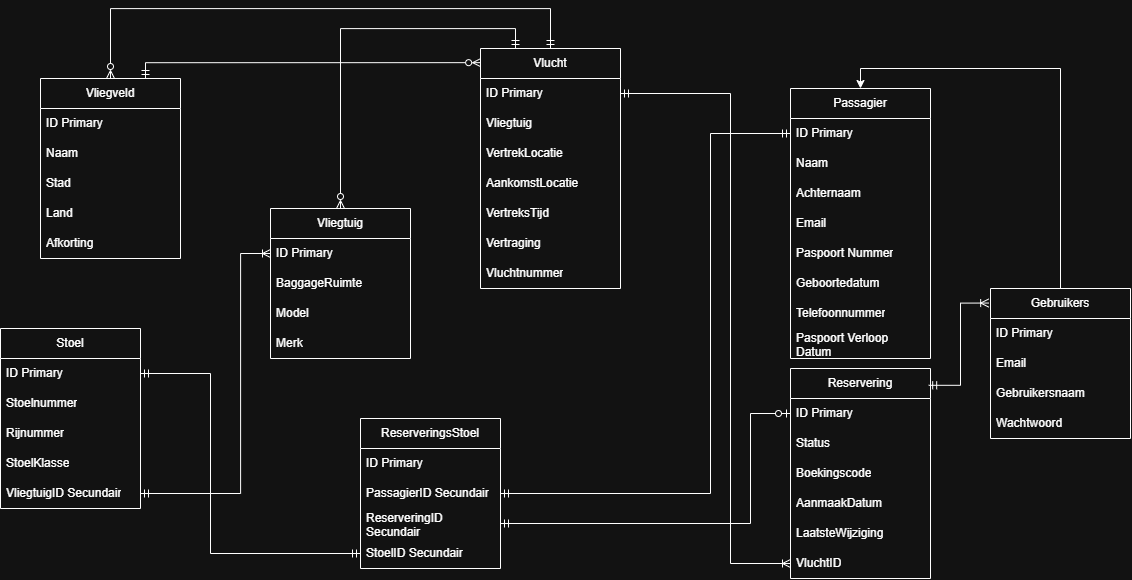
Talhacar-HR/Project-B-Airlines keeps this draw.io diagram as ERD.drawio.png. Above is the earlier version. Source tidied: cells renumbered, new cells last; positions are measured from the earlier drawing's top-left corner, leaving out a move shared by most shapes.
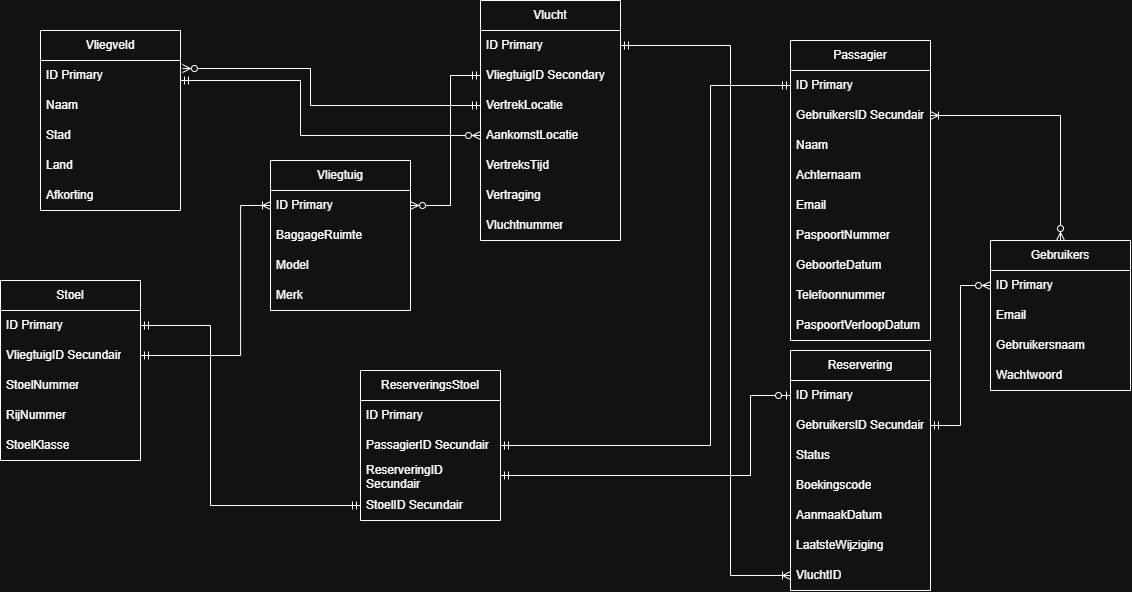
The same file after the commit.

Diff of the diagram source:
```diff
@@ -2,11 +2,11 @@
   <root>
     <mxCell id="0" />
     <mxCell id="1" parent="0" />
-    <mxCell id="2" style="edgeStyle=orthogonalEdgeStyle;rounded=0;jettySize=auto;html=1;entryX=0.5;entryY=0;entryDx=0;entryDy=0;startArrow=ERzeroToMany;startFill=0;endArrow=ERmandOne;endFill=0;" parent="1" edge="1" source="3" target="24">
-      <mxGeometry relative="1" as="geometry">
+    <mxCell id="2" style="edgeStyle=orthogonalEdgeStyle;rounded=0;jettySize=auto;html=1;entryX=0;entryY=0.5;entryDx=0;entryDy=0;startArrow=ERzeroToMany;startFill=0;endArrow=ERmandOne;endFill=0;exitX=1.014;exitY=0.267;exitDx=0;exitDy=0;exitPerimeter=0;" parent="1" edge="1" source="4" target="27">
+      <mxGeometry x="-0.2" relative="1" as="geometry">
         <Array as="points">
-          <mxPoint x="110.1" />
-          <mxPoint x="550" />
+          <mxPoint x="310" y="108" />
+          <mxPoint x="310" y="145" />
         </Array>
       </mxGeometry>
     </mxCell>
@@ -29,31 +29,34 @@
       <mxGeometry y="150" width="140" height="30" as="geometry" />
     </mxCell>
     <mxCell id="9" value="Passagier" style="swimlane;fontStyle=0;horizontal=1;startSize=30;whiteSpace=wrap;html=1;" parent="1" vertex="1">
-      <mxGeometry x="790" y="80" width="140" height="270" as="geometry" />
+      <mxGeometry x="790" y="80" width="140" height="300" as="geometry" />
     </mxCell>
     <mxCell id="10" value="ID Primary" style="text;strokeColor=none;fillColor=none;align=left;verticalAlign=middle;spacingLeft=4;spacingRight=4;overflow=hidden;points=[[0,0.5],[1,0.5]];portConstraint=eastwest;whiteSpace=wrap;html=1;" parent="9" vertex="1">
       <mxGeometry y="30" width="140" height="30" as="geometry" />
     </mxCell>
+    <mxCell id="63" value="GebruikersID Secundair" style="text;strokeColor=none;fillColor=none;align=left;verticalAlign=middle;spacingLeft=4;spacingRight=4;overflow=hidden;whiteSpace=wrap;html=1;" parent="9" vertex="1">
+      <mxGeometry y="60" width="140" height="30" as="geometry" />
+    </mxCell>
     <mxCell id="11" value="Naam" style="text;strokeColor=none;fillColor=none;align=left;verticalAlign=middle;spacingLeft=4;spacingRight=4;overflow=hidden;whiteSpace=wrap;html=1;" parent="9" vertex="1">
-      <mxGeometry y="60" width="140" height="30" as="geometry" />
+      <mxGeometry y="90" width="140" height="30" as="geometry" />
     </mxCell>
     <mxCell id="12" value="Achternaam" style="text;strokeColor=none;fillColor=none;align=left;verticalAlign=middle;spacingLeft=4;spacingRight=4;overflow=hidden;whiteSpace=wrap;html=1;" parent="9" vertex="1">
-      <mxGeometry y="90" width="140" height="30" as="geometry" />
+      <mxGeometry y="120" width="140" height="30" as="geometry" />
     </mxCell>
     <mxCell id="13" value="Email" style="text;strokeColor=none;fillColor=none;align=left;verticalAlign=middle;spacingLeft=4;spacingRight=4;overflow=hidden;whiteSpace=wrap;html=1;" parent="9" vertex="1">
-      <mxGeometry y="120" width="140" height="30" as="geometry" />
+      <mxGeometry y="150" width="140" height="30" as="geometry" />
     </mxCell>
-    <mxCell id="14" value="Paspoort Nummer" style="text;strokeColor=none;fillColor=none;align=left;verticalAlign=middle;spacingLeft=4;spacingRight=4;overflow=hidden;whiteSpace=wrap;html=1;" parent="9" vertex="1">
-      <mxGeometry y="150" width="140" height="30" as="geometry" />
+    <mxCell id="14" value="PaspoortNummer" style="text;strokeColor=none;fillColor=none;align=left;verticalAlign=middle;spacingLeft=4;spacingRight=4;overflow=hidden;whiteSpace=wrap;html=1;" parent="9" vertex="1">
+      <mxGeometry y="180" width="140" height="30" as="geometry" />
     </mxCell>
-    <mxCell id="15" value="Geboortedatum" style="text;strokeColor=none;fillColor=none;align=left;verticalAlign=middle;spacingLeft=4;spacingRight=4;overflow=hidden;whiteSpace=wrap;html=1;" parent="9" vertex="1">
-      <mxGeometry y="180" width="140" height="30" as="geometry" />
+    <mxCell id="15" value="GeboorteDatum" style="text;strokeColor=none;fillColor=none;align=left;verticalAlign=middle;spacingLeft=4;spacingRight=4;overflow=hidden;whiteSpace=wrap;html=1;" parent="9" vertex="1">
+      <mxGeometry y="210" width="140" height="30" as="geometry" />
     </mxCell>
     <mxCell id="16" value="Telefoonnummer" style="text;strokeColor=none;fillColor=none;align=left;verticalAlign=middle;spacingLeft=4;spacingRight=4;overflow=hidden;whiteSpace=wrap;html=1;" parent="9" vertex="1">
-      <mxGeometry y="210" width="140" height="30" as="geometry" />
+      <mxGeometry y="240" width="140" height="30" as="geometry" />
     </mxCell>
-    <mxCell id="17" value="Paspoort Verloop Datum" style="text;strokeColor=none;fillColor=none;align=left;verticalAlign=middle;spacingLeft=4;spacingRight=4;overflow=hidden;whiteSpace=wrap;html=1;" parent="9" vertex="1">
-      <mxGeometry y="240" width="140" height="30" as="geometry" />
+    <mxCell id="17" value="PaspoortVerloopDatum" style="text;strokeColor=none;fillColor=none;align=left;verticalAlign=middle;spacingLeft=4;spacingRight=4;overflow=hidden;whiteSpace=wrap;html=1;" parent="9" vertex="1">
+      <mxGeometry y="270" width="140" height="30" as="geometry" />
     </mxCell>
     <mxCell id="18" value="Stoel" style="swimlane;fontStyle=0;horizontal=1;startSize=30;whiteSpace=wrap;html=1;" parent="1" vertex="1">
       <mxGeometry y="320" width="140" height="180" as="geometry" />
@@ -61,25 +64,25 @@
     <mxCell id="19" value="ID Primary" style="text;strokeColor=none;fillColor=none;align=left;verticalAlign=middle;spacingLeft=4;spacingRight=4;overflow=hidden;whiteSpace=wrap;html=1;" parent="18" vertex="1">
       <mxGeometry y="30" width="140" height="30" as="geometry" />
     </mxCell>
+    <mxCell id="23" value="VliegtuigID Secundair" style="text;strokeColor=none;fillColor=none;align=left;verticalAlign=middle;spacingLeft=4;spacingRight=4;overflow=hidden;points=[[0,0.5],[1,0.5]];portConstraint=eastwest;whiteSpace=wrap;html=1;" parent="18" vertex="1">
+      <mxGeometry y="60" width="140" height="30" as="geometry" />
+    </mxCell>
-    <mxCell id="20" value="Stoelnummer" style="text;strokeColor=none;fillColor=none;align=left;verticalAlign=middle;spacingLeft=4;spacingRight=4;overflow=hidden;whiteSpace=wrap;html=1;" parent="18" vertex="1">
-      <mxGeometry y="60" width="140" height="30" as="geometry" />
+    <mxCell id="20" value="StoelNummer" style="text;strokeColor=none;fillColor=none;align=left;verticalAlign=middle;spacingLeft=4;spacingRight=4;overflow=hidden;whiteSpace=wrap;html=1;" parent="18" vertex="1">
+      <mxGeometry y="90" width="140" height="30" as="geometry" />
     </mxCell>
-    <mxCell id="21" value="Rijnummer" style="text;strokeColor=none;fillColor=none;align=left;verticalAlign=middle;spacingLeft=4;spacingRight=4;overflow=hidden;whiteSpace=wrap;html=1;" parent="18" vertex="1">
-      <mxGeometry y="90" width="140" height="30" as="geometry" />
+    <mxCell id="21" value="RijNummer" style="text;strokeColor=none;fillColor=none;align=left;verticalAlign=middle;spacingLeft=4;spacingRight=4;overflow=hidden;whiteSpace=wrap;html=1;" parent="18" vertex="1">
+      <mxGeometry y="120" width="140" height="30" as="geometry" />
     </mxCell>
     <mxCell id="22" value="StoelKlasse" style="text;strokeColor=none;fillColor=none;align=left;verticalAlign=middle;spacingLeft=4;spacingRight=4;overflow=hidden;whiteSpace=wrap;html=1;" parent="18" vertex="1">
-      <mxGeometry y="120" width="140" height="30" as="geometry" />
+      <mxGeometry y="150" width="140" height="30" as="geometry" />
     </mxCell>
-    <mxCell id="23" value="VliegtuigID Secundair" style="text;strokeColor=none;fillColor=none;align=left;verticalAlign=middle;spacingLeft=4;spacingRight=4;overflow=hidden;points=[[0,0.5],[1,0.5]];portConstraint=eastwest;whiteSpace=wrap;html=1;" parent="18" vertex="1">
-      <mxGeometry y="150" width="140" height="30" as="geometry" />
-    </mxCell>
     <mxCell id="24" value="Vlucht" style="swimlane;fontStyle=0;horizontal=1;startSize=30;whiteSpace=wrap;html=1;" parent="1" vertex="1">
       <mxGeometry x="480" y="40" width="140" height="240" as="geometry" />
     </mxCell>
     <mxCell id="25" value="ID Primary" style="text;strokeColor=none;fillColor=none;align=left;verticalAlign=middle;spacingLeft=4;spacingRight=4;overflow=hidden;points=[[0,0.5],[1,0.5]];portConstraint=eastwest;whiteSpace=wrap;html=1;" parent="24" vertex="1">
       <mxGeometry y="30" width="140" height="30" as="geometry" />
     </mxCell>
-    <mxCell id="26" value="Vliegtuig" style="text;strokeColor=none;fillColor=none;align=left;verticalAlign=middle;spacingLeft=4;spacingRight=4;overflow=hidden;points=[[0,0.5],[1,0.5]];portConstraint=eastwest;whiteSpace=wrap;html=1;" parent="24" vertex="1">
+    <mxCell id="26" value="VliegtuigID Secondary" style="text;strokeColor=none;fillColor=none;align=left;verticalAlign=middle;spacingLeft=4;spacingRight=4;overflow=hidden;points=[[0,0.5],[1,0.5]];portConstraint=eastwest;whiteSpace=wrap;html=1;" parent="24" vertex="1">
       <mxGeometry y="60" width="140" height="30" as="geometry" />
     </mxCell>
     <mxCell id="27" value="VertrekLocatie" style="text;strokeColor=none;fillColor=none;align=left;verticalAlign=middle;spacingLeft=4;spacingRight=4;overflow=hidden;points=[[0,0.5],[1,0.5]];portConstraint=eastwest;whiteSpace=wrap;html=1;" parent="24" vertex="1">
@@ -97,11 +100,11 @@
     <mxCell id="31" value="Vluchtnummer" style="text;strokeColor=none;fillColor=none;align=left;verticalAlign=middle;spacingLeft=4;spacingRight=4;overflow=hidden;whiteSpace=wrap;html=1;" parent="24" vertex="1">
       <mxGeometry y="210" width="140" height="30" as="geometry" />
     </mxCell>
-    <mxCell id="32" style="edgeStyle=orthogonalEdgeStyle;rounded=0;jettySize=auto;html=1;entryX=0.25;entryY=0;entryDx=0;entryDy=0;exitX=0.5;exitY=0;exitDx=0;exitDy=0;startArrow=ERzeroToMany;startFill=0;endArrow=ERmandOne;endFill=0;" parent="1" edge="1" source="33" target="24">
-      <mxGeometry relative="1" as="geometry">
+    <mxCell id="32" style="edgeStyle=orthogonalEdgeStyle;rounded=0;jettySize=auto;html=1;entryX=0;entryY=0.5;entryDx=0;entryDy=0;exitX=1;exitY=0.5;exitDx=0;exitDy=0;startArrow=ERzeroToMany;startFill=0;endArrow=ERmandOne;endFill=0;" parent="1" edge="1" source="34" target="26">
+      <mxGeometry x="-0.24" relative="1" as="geometry">
         <Array as="points">
-          <mxPoint x="340.1" y="20" />
-          <mxPoint x="515" y="20" />
+          <mxPoint x="450" y="245" />
+          <mxPoint x="450" y="115" />
         </Array>
       </mxGeometry>
     </mxCell>
@@ -121,30 +124,33 @@
       <mxGeometry y="120" width="140" height="30" as="geometry" />
     </mxCell>
     <mxCell id="38" value="Reservering" style="swimlane;fontStyle=0;horizontal=1;startSize=30;whiteSpace=wrap;html=1;" parent="1" vertex="1">
-      <mxGeometry x="790" y="360" width="140" height="210" as="geometry" />
+      <mxGeometry x="790" y="390" width="140" height="240" as="geometry" />
     </mxCell>
     <mxCell id="39" value="ID Primary" style="text;strokeColor=none;fillColor=none;align=left;verticalAlign=middle;spacingLeft=4;spacingRight=4;overflow=hidden;points=[[0,0.5],[1,0.5]];portConstraint=eastwest;whiteSpace=wrap;html=1;" parent="38" vertex="1">
       <mxGeometry y="30" width="140" height="30" as="geometry" />
     </mxCell>
+    <mxCell id="64" value="GebruikersID Secundair" style="text;strokeColor=none;fillColor=none;align=left;verticalAlign=middle;spacingLeft=4;spacingRight=4;overflow=hidden;points=[[0,0.5],[1,0.5]];portConstraint=eastwest;whiteSpace=wrap;html=1;" parent="38" vertex="1">
+      <mxGeometry y="60" width="140" height="30" as="geometry" />
+    </mxCell>
     <mxCell id="40" value="Status" style="text;strokeColor=none;fillColor=none;align=left;verticalAlign=middle;spacingLeft=4;spacingRight=4;overflow=hidden;whiteSpace=wrap;html=1;" parent="38" vertex="1">
-      <mxGeometry y="60" width="140" height="30" as="geometry" />
+      <mxGeometry y="90" width="140" height="30" as="geometry" />
     </mxCell>
     <mxCell id="41" value="Boekingscode" style="text;strokeColor=none;fillColor=none;align=left;verticalAlign=middle;spacingLeft=4;spacingRight=4;overflow=hidden;whiteSpace=wrap;html=1;" parent="38" vertex="1">
-      <mxGeometry y="90" width="140" height="30" as="geometry" />
+      <mxGeometry y="120" width="140" height="30" as="geometry" />
     </mxCell>
     <mxCell id="42" value="AanmaakDatum" style="text;strokeColor=none;fillColor=none;align=left;verticalAlign=middle;spacingLeft=4;spacingRight=4;overflow=hidden;whiteSpace=wrap;html=1;" parent="38" vertex="1">
-      <mxGeometry y="120" width="140" height="30" as="geometry" />
+      <mxGeometry y="150" width="140" height="30" as="geometry" />
     </mxCell>
     <mxCell id="43" value="LaatsteWijziging" style="text;strokeColor=none;fillColor=none;align=left;verticalAlign=middle;spacingLeft=4;spacingRight=4;overflow=hidden;whiteSpace=wrap;html=1;" parent="38" vertex="1">
-      <mxGeometry y="150" width="140" height="30" as="geometry" />
+      <mxGeometry y="180" width="140" height="30" as="geometry" />
     </mxCell>
     <mxCell id="44" value="VluchtID" style="text;strokeColor=none;fillColor=none;align=left;verticalAlign=middle;spacingLeft=4;spacingRight=4;overflow=hidden;points=[[0,0.5],[1,0.5]];portConstraint=eastwest;whiteSpace=wrap;html=1;" parent="38" vertex="1">
-      <mxGeometry y="180" width="140" height="30" as="geometry" />
+      <mxGeometry y="210" width="140" height="30" as="geometry" />
     </mxCell>
-    <mxCell id="45" style="edgeStyle=orthogonalEdgeStyle;rounded=0;jettySize=auto;html=1;entryX=0.5;entryY=0;entryDx=0;entryDy=0;exitX=0.5;exitY=0;exitDx=0;exitDy=0;" parent="1" edge="1" source="47" target="9">
+    <mxCell id="45" style="edgeStyle=orthogonalEdgeStyle;rounded=0;jettySize=auto;html=1;entryX=1;entryY=0.25;entryDx=0;entryDy=0;exitX=0.5;exitY=0;exitDx=0;exitDy=0;startArrow=ERzeroToMany;startFill=0;endArrow=ERoneToMany;endFill=0;" parent="1" edge="1" source="47" target="9">
       <mxGeometry relative="1" as="geometry" />
     </mxCell>
-    <mxCell id="46" style="edgeStyle=orthogonalEdgeStyle;rounded=0;jettySize=auto;html=1;entryX=0.987;entryY=0.08;entryDx=0;entryDy=0;entryPerimeter=0;exitX=-0.013;exitY=0.097;exitDx=0;exitDy=0;exitPerimeter=0;startArrow=ERoneToMany;startFill=0;endArrow=ERmandOne;endFill=0;" parent="1" edge="1" source="47" target="38">
+    <mxCell id="46" style="edgeStyle=orthogonalEdgeStyle;rounded=0;jettySize=auto;html=1;entryX=1;entryY=0.5;entryDx=0;entryDy=0;exitX=0;exitY=0.5;exitDx=0;exitDy=0;startArrow=ERzeroToMany;startFill=0;endArrow=ERmandOne;endFill=0;" parent="1" edge="1" source="48" target="64">
       <mxGeometry relative="1" as="geometry" />
     </mxCell>
     <mxCell id="47" value="Gebruikers" style="swimlane;fontStyle=0;horizontal=1;startSize=30;whiteSpace=wrap;html=1;" parent="1" vertex="1">
@@ -177,10 +183,10 @@
     <mxCell id="56" value="StoelID Secundair" style="text;strokeColor=none;fillColor=none;align=left;verticalAlign=middle;spacingLeft=4;spacingRight=4;overflow=hidden;points=[[0,0.5],[1,0.5]];portConstraint=eastwest;whiteSpace=wrap;html=1;" parent="52" vertex="1">
       <mxGeometry y="120" width="140" height="30" as="geometry" />
     </mxCell>
-    <mxCell id="57" style="edgeStyle=orthogonalEdgeStyle;rounded=0;jettySize=auto;html=1;entryX=0;entryY=0.5;entryDx=0;entryDy=0;endArrow=ERoneToMany;endFill=0;startArrow=ERmandOne;startFill=0;" parent="1" edge="1" source="23" target="34">
-      <mxGeometry relative="1" as="geometry">
+    <mxCell id="57" style="edgeStyle=orthogonalEdgeStyle;rounded=0;jettySize=auto;html=1;entryX=0;entryY=0.5;entryDx=0;entryDy=0;endArrow=ERoneToMany;endFill=0;startArrow=ERmandOne;startFill=0;exitX=1;exitY=0.5;exitDx=0;exitDy=0;" parent="1" edge="1" source="23" target="34">
+      <mxGeometry x="-0.12" relative="1" as="geometry">
         <Array as="points">
-          <mxPoint x="240.1" y="485" />
+          <mxPoint x="240.1" y="395" />
           <mxPoint x="240.1" y="245" />
         </Array>
       </mxGeometry>
@@ -194,10 +200,10 @@
       </mxGeometry>
     </mxCell>
     <mxCell id="59" style="edgeStyle=orthogonalEdgeStyle;rounded=0;jettySize=auto;html=1;entryX=0;entryY=0.5;entryDx=0;entryDy=0;startArrow=ERmandOne;startFill=0;endArrow=ERzeroToOne;endFill=0;" parent="1" edge="1" source="55" target="39">
-      <mxGeometry relative="1" as="geometry">
+      <mxGeometry x="0.16" relative="1" as="geometry">
         <Array as="points">
           <mxPoint x="750" y="515" />
-          <mxPoint x="750" y="405" />
+          <mxPoint x="750" y="435" />
         </Array>
       </mxGeometry>
     </mxCell>
@@ -209,18 +215,20 @@
         </Array>
       </mxGeometry>
     </mxCell>
-    <mxCell id="61" style="edgeStyle=orthogonalEdgeStyle;rounded=0;jettySize=auto;html=1;entryX=1;entryY=0.5;entryDx=0;entryDy=0;startArrow=ERoneToMany;startFill=0;endArrow=ERmandOne;endFill=0;" parent="1" edge="1" source="44" target="25">
-      <mxGeometry relative="1" as="geometry">
+    <mxCell id="61" style="edgeStyle=orthogonalEdgeStyle;rounded=0;jettySize=auto;html=1;entryX=1;entryY=0.5;entryDx=0;entryDy=0;startArrow=ERoneToMany;startFill=0;endArrow=ERmandOne;endFill=0;exitX=0;exitY=0.5;exitDx=0;exitDy=0;" parent="1" edge="1" source="44" target="25">
+      <mxGeometry x="-0.08" relative="1" as="geometry">
         <Array as="points">
-          <mxPoint x="730" y="555" />
+          <mxPoint x="730" y="615" />
           <mxPoint x="730" y="85" />
         </Array>
       </mxGeometry>
     </mxCell>
-    <mxCell id="62" style="edgeStyle=orthogonalEdgeStyle;rounded=0;jettySize=auto;html=1;entryX=0.001;entryY=0.059;entryDx=0;entryDy=0;entryPerimeter=0;exitX=0.75;exitY=0;exitDx=0;exitDy=0;startArrow=ERmandOne;startFill=0;endArrow=ERzeroToMany;endFill=0;" parent="1" edge="1" source="3" target="24">
-      <mxGeometry relative="1" as="geometry">
+    <mxCell id="62" style="edgeStyle=orthogonalEdgeStyle;rounded=0;jettySize=auto;html=1;entryX=0;entryY=0.5;entryDx=0;entryDy=0;startArrow=ERmandOne;startFill=0;endArrow=ERzeroToMany;endFill=0;" parent="1" edge="1" target="28">
+      <mxGeometry x="-0.09" relative="1" as="geometry">
+        <mxPoint x="180" y="120" as="sourcePoint" />
         <Array as="points">
-          <mxPoint x="145" y="54.2" />
+          <mxPoint x="300" y="120" />
+          <mxPoint x="300" y="175" />
         </Array>
       </mxGeometry>
     </mxCell>
```
